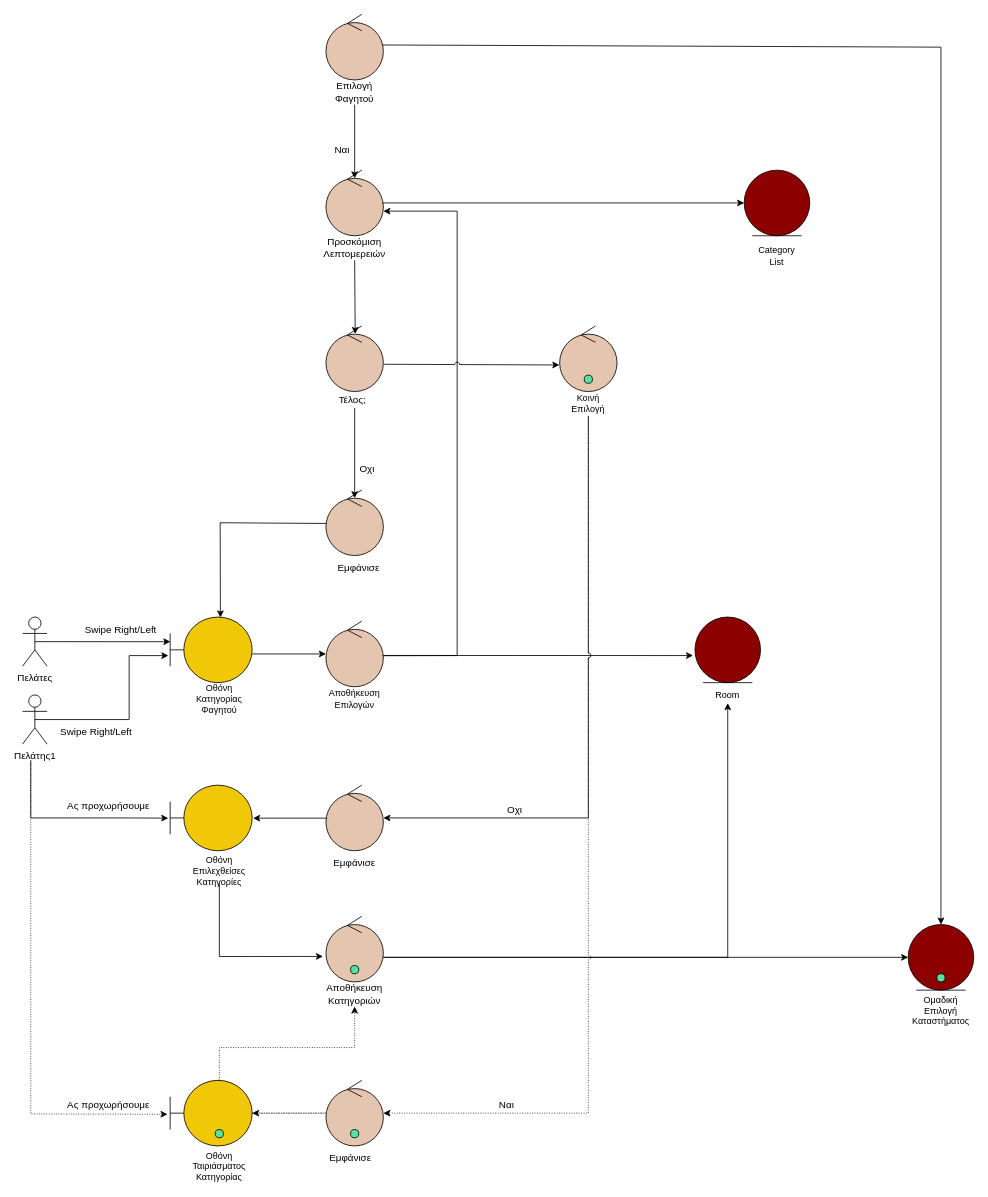
Earlier version of the draw.io diagram docs/contributions/JoannaAgo/Phase_5/Team_Choice_Category_Robustness.drawio (iloudaros/nomnomr). Source tidied: cells renumbered, new cells numbered last; positions are measured from the earlier drawing's top-left corner, leaving out a move shared by most shapes. Both pictures are drawn from the tidied source at 82%, with x=0, y=0 at pixel (22, 14).
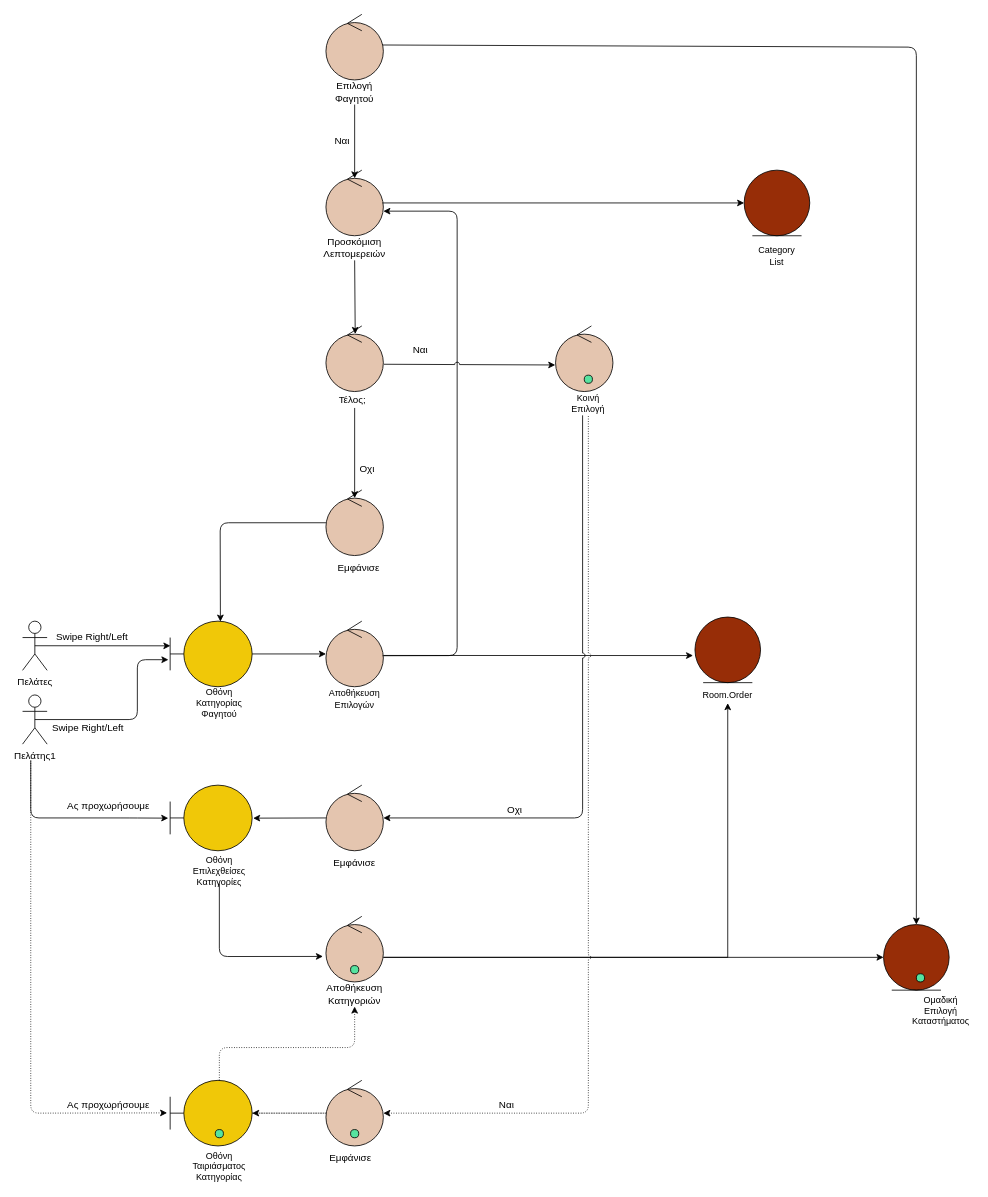
The same page after the edit.

Commit message (it also covers changes not shown here):
updated team choice robustness

Unchanged cells that the change refers to:
```xml
<mxCell id="12" style="ellipse;shape=umlControl;whiteSpace=wrap;html=1;fontSize=12;fillColor=#E4C5AF;" parent="1" vertex="1">
  <mxGeometry x="370" y="740" width="70" height="80" as="geometry" />
</mxCell>
<mxCell id="19" value="Κοινή Επιλογή" style="text;html=1;strokeColor=none;fillColor=none;align=center;verticalAlign=middle;whiteSpace=wrap;rounded=0;fontSize=11;" parent="1" vertex="1">
  <mxGeometry x="660" y="460" width="60" height="30" as="geometry" />
</mxCell>
<mxCell id="22" style="ellipse;shape=umlControl;whiteSpace=wrap;html=1;fontSize=11;fillColor=#E4C5AF;" parent="1" vertex="1">
  <mxGeometry x="370" y="580" width="70" height="80" as="geometry" />
</mxCell>
<mxCell id="24" style="ellipse;shape=umlControl;whiteSpace=wrap;html=1;fontSize=11;fillColor=#E4C5AF;" parent="1" vertex="1">
  <mxGeometry x="370" width="70" height="80" as="geometry" />
</mxCell>
<mxCell id="31" value="Πελάτης1" style="shape=umlActor;verticalLabelPosition=bottom;verticalAlign=top;html=1;" parent="1" vertex="1">
  <mxGeometry y="830" width="30" height="60" as="geometry" />
</mxCell>
<mxCell id="38" style="shape=umlBoundary;whiteSpace=wrap;html=1;fillColor=#F0C808;" parent="1" vertex="1">
  <mxGeometry x="180" y="940" width="100" height="80" as="geometry" />
</mxCell>
<mxCell id="42" style="ellipse;shape=umlControl;whiteSpace=wrap;html=1;fontSize=12;fillColor=#E4C5AF;" parent="1" vertex="1">
  <mxGeometry x="370" y="940" width="70" height="80" as="geometry" />
</mxCell>
<mxCell id="48" style="ellipse;shape=umlControl;whiteSpace=wrap;html=1;fontSize=12;fillColor=#E4C5AF;" parent="1" vertex="1">
  <mxGeometry x="370" y="1100" width="70" height="80" as="geometry" />
</mxCell>
<mxCell id="49" value="Αποθήκευση Κατηγοριών" style="text;html=1;strokeColor=none;fillColor=none;align=center;verticalAlign=middle;whiteSpace=wrap;rounded=0;fontSize=12;" parent="1" vertex="1">
  <mxGeometry x="375" y="1180" width="60" height="30" as="geometry" />
</mxCell>
<mxCell id="53" style="shape=umlBoundary;whiteSpace=wrap;html=1;fillColor=#F0C808;" parent="1" vertex="1">
  <mxGeometry x="180" y="1300" width="100" height="80" as="geometry" />
</mxCell>
```

Change to the diagram source:
```diff
@@
     <mxCell id="2" style="shape=umlBoundary;whiteSpace=wrap;html=1;fillColor=#F0C808;" parent="1" vertex="1">
-      <mxGeometry x="180" y="735" width="100" height="80" as="geometry" />
+      <mxGeometry x="180" y="740" width="100" height="80" as="geometry" />
     </mxCell>
     <mxCell id="3" value="Πελάτες" style="shape=umlActor;verticalLabelPosition=bottom;verticalAlign=top;html=1;" parent="1" vertex="1">
-      <mxGeometry y="735" width="30" height="60" as="geometry" />
+      <mxGeometry y="740" width="30" height="60" as="geometry" />
     </mxCell>
@@
-    <mxCell id="6" style="ellipse;shape=umlEntity;whiteSpace=wrap;html=1;fontSize=12;fillColor=#8C0000;" parent="1" vertex="1">
+    <mxCell id="6" style="ellipse;shape=umlEntity;whiteSpace=wrap;html=1;fontSize=12;fillColor=#972D07;" parent="1" vertex="1">
       <mxGeometry x="880" y="190" width="80" height="80" as="geometry" />
     </mxCell>
@@
-    <mxCell id="13" style="ellipse;shape=umlEntity;whiteSpace=wrap;html=1;fontSize=11;fillColor=#8C0000;" parent="1" vertex="1">
-      <mxGeometry x="1080" y="1110" width="80" height="80" as="geometry" />
+    <mxCell id="13" style="ellipse;shape=umlEntity;whiteSpace=wrap;html=1;fontSize=11;fillColor=#972D07;" parent="1" vertex="1">
+      <mxGeometry x="1050" y="1110" width="80" height="80" as="geometry" />
     </mxCell>
     <mxCell id="14" value="Οθόνη Κατηγορίας Φαγητού" style="text;html=1;strokeColor=none;fillColor=none;align=center;verticalAlign=middle;whiteSpace=wrap;rounded=0;fontSize=11;" parent="1" vertex="1">
-      <mxGeometry x="210" y="820" width="60" height="30" as="geometry" />
+      <mxGeometry x="210" y="820" width="60" height="40" as="geometry" />
     </mxCell>
@@
-    <mxCell id="20" style="ellipse;shape=umlEntity;whiteSpace=wrap;html=1;fontSize=12;fillColor=#8C0000;" parent="1" vertex="1">
+    <mxCell id="20" style="ellipse;shape=umlEntity;whiteSpace=wrap;html=1;fontSize=12;fillColor=#972D07;" parent="1" vertex="1">
       <mxGeometry x="820" y="735" width="80" height="80" as="geometry" />
     </mxCell>
-    <mxCell id="21" value="Room" style="text;html=1;strokeColor=none;fillColor=none;align=center;verticalAlign=middle;whiteSpace=wrap;rounded=0;fontSize=11;" parent="1" vertex="1">
+    <mxCell id="21" value="Room.Order" style="text;html=1;strokeColor=none;fillColor=none;align=center;verticalAlign=middle;whiteSpace=wrap;rounded=0;fontSize=11;" parent="1" vertex="1">
       <mxGeometry x="830" y="815" width="60" height="30" as="geometry" />
     </mxCell>
@@
-    <mxCell id="23" style="endArrow=classic;html=1;rounded=0;fontSize=12;startArrow=none;entryX=0.613;entryY=0.007;entryDx=0;entryDy=0;entryPerimeter=0;exitX=0.011;exitY=0.511;exitDx=0;exitDy=0;exitPerimeter=0;" parent="1" edge="1" source="22" target="2">
+    <mxCell id="23" style="endArrow=classic;html=1;rounded=1;fontSize=12;startArrow=none;entryX=0.613;entryY=0.007;entryDx=0;entryDy=0;entryPerimeter=0;" parent="1" edge="1" target="2">
       <mxGeometry relative="1" as="geometry">
+        <mxPoint x="370" y="620" as="sourcePoint" />
         <Array as="points">
           <mxPoint x="241" y="620" />
         </Array>
       </mxGeometry>
     </mxCell>
@@
     <mxCell id="27" value="Ναι" style="text;html=1;strokeColor=none;fillColor=none;align=center;verticalAlign=middle;whiteSpace=wrap;rounded=0;fontSize=12;" parent="1" vertex="1">
-      <mxGeometry x="360" y="150" width="60" height="30" as="geometry" />
+      <mxGeometry x="360" y="140" width="60" height="30" as="geometry" />
     </mxCell>
@@
-    <mxCell id="32" style="endArrow=classic;html=1;rounded=0;exitX=0.5;exitY=0.5;exitDx=0;exitDy=0;exitPerimeter=0;entryX=-0.021;entryY=0.588;entryDx=0;entryDy=0;entryPerimeter=0;" parent="1" edge="1" source="31" target="2">
+    <mxCell id="32" style="endArrow=classic;html=1;rounded=1;exitX=0.5;exitY=0.5;exitDx=0;exitDy=0;exitPerimeter=0;entryX=-0.021;entryY=0.588;entryDx=0;entryDy=0;entryPerimeter=0;" parent="1" edge="1" source="31" target="2">
       <mxGeometry relative="1" as="geometry">
         <Array as="points">
-          <mxPoint x="130" y="860" />
-          <mxPoint x="130" y="782" />
+          <mxPoint x="140" y="860" />
+          <mxPoint x="140" y="787" />
         </Array>
       </mxGeometry>
     </mxCell>
     <mxCell id="33" value="Swipe Right/Left" style="text;html=1;strokeColor=none;fillColor=none;align=center;verticalAlign=middle;whiteSpace=wrap;rounded=0;fontSize=12;" parent="1" vertex="1">
-      <mxGeometry x="70" y="735" width="100" height="31" as="geometry" />
+      <mxGeometry x="40" y="750" width="90" height="20" as="geometry" />
     </mxCell>
     <mxCell id="34" value="Swipe Right/Left" style="text;html=1;strokeColor=none;fillColor=none;align=center;verticalAlign=middle;whiteSpace=wrap;rounded=0;fontSize=12;" parent="1" vertex="1">
-      <mxGeometry x="40" y="859" width="100" height="31" as="geometry" />
+      <mxGeometry x="30" y="860" width="100" height="21" as="geometry" />
     </mxCell>
@@
-    <mxCell id="36" style="endArrow=classic;html=1;rounded=0;fontSize=12;exitX=0.988;exitY=0.527;exitDx=0;exitDy=0;exitPerimeter=0;jumpStyle=arc;" parent="1" edge="1" source="12">
+    <mxCell id="36" style="endArrow=classic;html=1;rounded=1;fontSize=12;exitX=0.988;exitY=0.527;exitDx=0;exitDy=0;exitPerimeter=0;jumpStyle=arc;" parent="1" edge="1" source="12">
       <mxGeometry relative="1" as="geometry">
         <mxPoint x="440" y="240" as="targetPoint" />
         <Array as="points">
           <mxPoint x="530" y="782" />
           <mxPoint x="530" y="520" />
           <mxPoint x="530" y="240" />
         </Array>
       </mxGeometry>
     </mxCell>
     <mxCell id="37" style="ellipse;shape=umlControl;whiteSpace=wrap;html=1;fontSize=12;fillColor=#E4C5AF;" parent="1" vertex="1">
-      <mxGeometry x="655" y="380" width="70" height="80" as="geometry" />
+      <mxGeometry x="650" y="380" width="70" height="80" as="geometry" />
     </mxCell>
@@
     <mxCell id="39" value="Οθόνη Επιλεχθείσες Κατηγορίες" style="text;html=1;strokeColor=none;fillColor=none;align=center;verticalAlign=middle;whiteSpace=wrap;rounded=0;fontSize=11;" parent="1" vertex="1">
-      <mxGeometry x="210" y="1030" width="60" height="30" as="geometry" />
+      <mxGeometry x="205" y="1030" width="70" height="30" as="geometry" />
     </mxCell>
-    <mxCell id="40" style="endArrow=classic;html=1;rounded=0;entryX=-0.023;entryY=0.503;entryDx=0;entryDy=0;entryPerimeter=0;" parent="1" edge="1" target="38">
+    <mxCell id="40" style="endArrow=classic;html=1;rounded=1;entryX=-0.023;entryY=0.503;entryDx=0;entryDy=0;entryPerimeter=0;" parent="1" edge="1" target="38">
       <mxGeometry relative="1" as="geometry">
         <mxPoint x="10" y="910" as="sourcePoint" />
         <Array as="points">
           <mxPoint x="10" y="980" />
           <mxPoint x="130" y="980" />
         </Array>
       </mxGeometry>
     </mxCell>
@@
-    <mxCell id="44" style="endArrow=classic;html=1;rounded=0;fontSize=11;exitX=0.02;exitY=0.503;exitDx=0;exitDy=0;exitPerimeter=0;entryX=1.012;entryY=0.503;entryDx=0;entryDy=0;entryPerimeter=0;" parent="1" edge="1" source="42" target="38">
-      <mxGeometry relative="1" as="geometry" />
+    <mxCell id="44" style="endArrow=classic;html=1;rounded=0;fontSize=11;entryX=1.012;entryY=0.503;entryDx=0;entryDy=0;entryPerimeter=0;" parent="1" edge="1" target="38">
+      <mxGeometry relative="1" as="geometry">
+        <mxPoint x="370" y="980" as="sourcePoint" />
+      </mxGeometry>
     </mxCell>
-    <mxCell id="45" style="endArrow=classic;html=1;rounded=0;fontSize=11;exitX=0.5;exitY=1;exitDx=0;exitDy=0;jumpStyle=arc;" parent="1" edge="1" source="19">
+    <mxCell id="45" style="endArrow=classic;html=1;rounded=1;fontSize=11;exitX=0.383;exitY=0.967;exitDx=0;exitDy=0;jumpStyle=arc;exitPerimeter=0;" parent="1" edge="1" source="19">
       <mxGeometry relative="1" as="geometry">
         <mxPoint x="440" y="980" as="targetPoint" />
         <Array as="points">
-          <mxPoint x="690" y="980" />
+          <mxPoint x="683" y="980" />
         </Array>
       </mxGeometry>
     </mxCell>
@@
-    <mxCell id="50" style="endArrow=classic;html=1;rounded=0;fontSize=11;exitX=0.5;exitY=1;exitDx=0;exitDy=0;entryX=-0.052;entryY=0.611;entryDx=0;entryDy=0;entryPerimeter=0;" parent="1" edge="1" source="39" target="48">
+    <mxCell id="50" style="endArrow=classic;html=1;rounded=1;fontSize=11;entryX=-0.052;entryY=0.611;entryDx=0;entryDy=0;entryPerimeter=0;exitX=0.5;exitY=1;exitDx=0;exitDy=0;exitPerimeter=0;" parent="1" edge="1" source="39" target="48">
       <mxGeometry relative="1" as="geometry">
         <Array as="points">
           <mxPoint x="240" y="1149" />
         </Array>
       </mxGeometry>
     </mxCell>
@@
     <mxCell id="52" style="endArrow=classic;html=1;rounded=0;fontSize=11;" parent="1" edge="1">
       <mxGeometry relative="1" as="geometry">
         <mxPoint x="440" y="1150" as="sourcePoint" />
-        <mxPoint x="1080" y="1150" as="targetPoint" />
+        <mxPoint x="1050" y="1150" as="targetPoint" />
       </mxGeometry>
     </mxCell>
@@
-    <mxCell id="57" style="endArrow=classic;html=1;rounded=0;entryX=-0.032;entryY=0.517;entryDx=0;entryDy=0;entryPerimeter=0;dashed=1;dashPattern=1 2;" parent="1" edge="1" target="53">
+    <mxCell id="57" style="endArrow=classic;html=1;rounded=1;entryX=-0.037;entryY=0.496;entryDx=0;entryDy=0;entryPerimeter=0;dashed=1;dashPattern=1 2;" parent="1" edge="1" target="53">
       <mxGeometry relative="1" as="geometry">
         <mxPoint x="10" y="910" as="sourcePoint" />
         <Array as="points">
-          <mxPoint x="10" y="1341" />
+          <mxPoint x="10" y="1340" />
         </Array>
       </mxGeometry>
     </mxCell>
@@
-    <mxCell id="59" style="endArrow=classic;html=1;rounded=0;fontSize=11;exitX=0.5;exitY=1;exitDx=0;exitDy=0;jumpStyle=arc;dashed=1;dashPattern=1 2;" parent="1" edge="1" source="19">
+    <mxCell id="59" style="endArrow=classic;html=1;rounded=1;fontSize=11;jumpStyle=arc;dashed=1;dashPattern=1 2;exitX=0.5;exitY=1;exitDx=0;exitDy=0;" parent="1" edge="1" source="19">
       <mxGeometry relative="1" as="geometry">
         <mxPoint x="440" y="1340" as="targetPoint" />
         <Array as="points">
           <mxPoint x="690" y="1340" />
         </Array>
       </mxGeometry>
     </mxCell>
@@
-    <mxCell id="61" style="endArrow=classic;html=1;rounded=0;fontSize=11;entryX=0.5;entryY=1;entryDx=0;entryDy=0;dashed=1;dashPattern=1 2;" parent="1" edge="1" target="49">
+    <mxCell id="61" style="endArrow=classic;html=1;rounded=1;fontSize=11;entryX=0.5;entryY=1;entryDx=0;entryDy=0;dashed=1;dashPattern=1 2;" parent="1" edge="1" target="49">
       <mxGeometry relative="1" as="geometry">
         <mxPoint x="240" y="1300" as="sourcePoint" />
         <Array as="points">
           <mxPoint x="240" y="1260" />
           <mxPoint x="405" y="1260" />
         </Array>
       </mxGeometry>
     </mxCell>
@@
-    <mxCell id="63" style="endArrow=classic;html=1;rounded=0;fontSize=11;exitX=0.98;exitY=0.467;exitDx=0;exitDy=0;exitPerimeter=0;entryX=0.5;entryY=0;entryDx=0;entryDy=0;" parent="1" edge="1" source="24" target="13">
+    <mxCell id="63" style="endArrow=classic;html=1;rounded=1;fontSize=11;exitX=0.98;exitY=0.467;exitDx=0;exitDy=0;exitPerimeter=0;entryX=0.5;entryY=0;entryDx=0;entryDy=0;" parent="1" edge="1" source="24" target="13">
       <mxGeometry relative="1" as="geometry">
         <Array as="points">
-          <mxPoint x="1120" y="40" />
+          <mxPoint x="1090" y="40" />
         </Array>
       </mxGeometry>
     </mxCell>
@@
     <mxCell id="68" style="shape=ellipse;fillColor=#56E39F;strokeColor=default;html=1;sketch=0;fontColor=#56E39F;" parent="1" vertex="1">
-      <mxGeometry x="1115" y="1170" width="10" height="10" as="geometry" />
+      <mxGeometry x="1090" y="1170" width="10" height="10" as="geometry" />
     </mxCell>
+    <mxCell id="69" value="Ναι" style="text;html=1;align=center;verticalAlign=middle;strokeColor=none;fillColor=none;fontSize=12;" parent="1" vertex="1">
+      <mxGeometry x="470" y="400" width="30" height="20" as="geometry" />
+    </mxCell>
```
